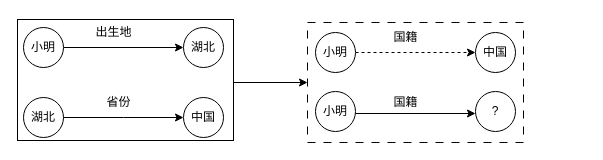
Before: 未命名绘图.drawio in SongyuanC/supermall, a draw.io diagram. Source tidied: cells renumbered, new cells numbered last; positions are measured from the earlier drawing's top-left corner, leaving out a move shared by most shapes. Both pictures are drawn from the tidied source at 100%, with x=0, y=0 at pixel (17, 17).
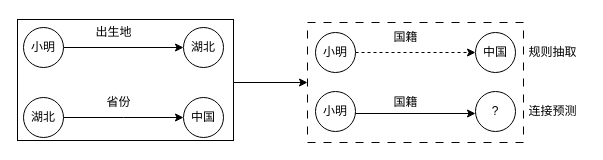
The same diagram, later.

Commit message:
更新未命名绘图.drawio

Change to the diagram source:
```diff
@@
+    <mxCell id="21" value="规则抽取" style="text;html=1;align=center;verticalAlign=middle;strokeColor=none;fillColor=none;" parent="1" vertex="1">
+      <mxGeometry x="502" y="22" width="66" height="26" as="geometry" />
+    </mxCell>
+    <mxCell id="22" value="连接预测" style="text;html=1;align=center;verticalAlign=middle;strokeColor=none;fillColor=none;" parent="1" vertex="1">
+      <mxGeometry x="502" y="81" width="66" height="26" as="geometry" />
+    </mxCell>
```
